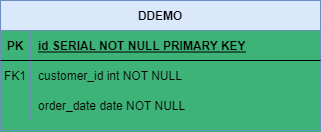
This is DB/Planets ER Diagram.png from tsgsOFFICIAL/Kilgharrah, a draw.io export, as it was before one commit. Source tidied: cells renumbered, new cells last; positions are measured from the earlier drawing's top-left corner, leaving out a move shared by most shapes.
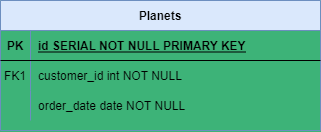
After the commit.

Diff of the diagram source:
```diff
@@ -2,7 +2,7 @@
   <root>
     <mxCell id="0" />
     <mxCell id="1" parent="0" />
-    <mxCell id="2" value="DDEMO" style="shape=table;startSize=30;rowLines=0;fontStyle=1;align=center;fillColor=#dae8fc;strokeColor=#6c8ebf;" parent="1" vertex="1">
+    <mxCell id="2" value="Planets" style="shape=table;startSize=30;rowLines=0;fontStyle=1;align=center;fillColor=#dae8fc;strokeColor=#6c8ebf;" parent="1" vertex="1">
       <mxGeometry width="320" height="130" as="geometry" />
     </mxCell>
     <mxCell id="3" style="shape=partialRectangle;fillColor=none;top=0;left=0;right=0;bottom=1;" parent="2" vertex="1">
```
